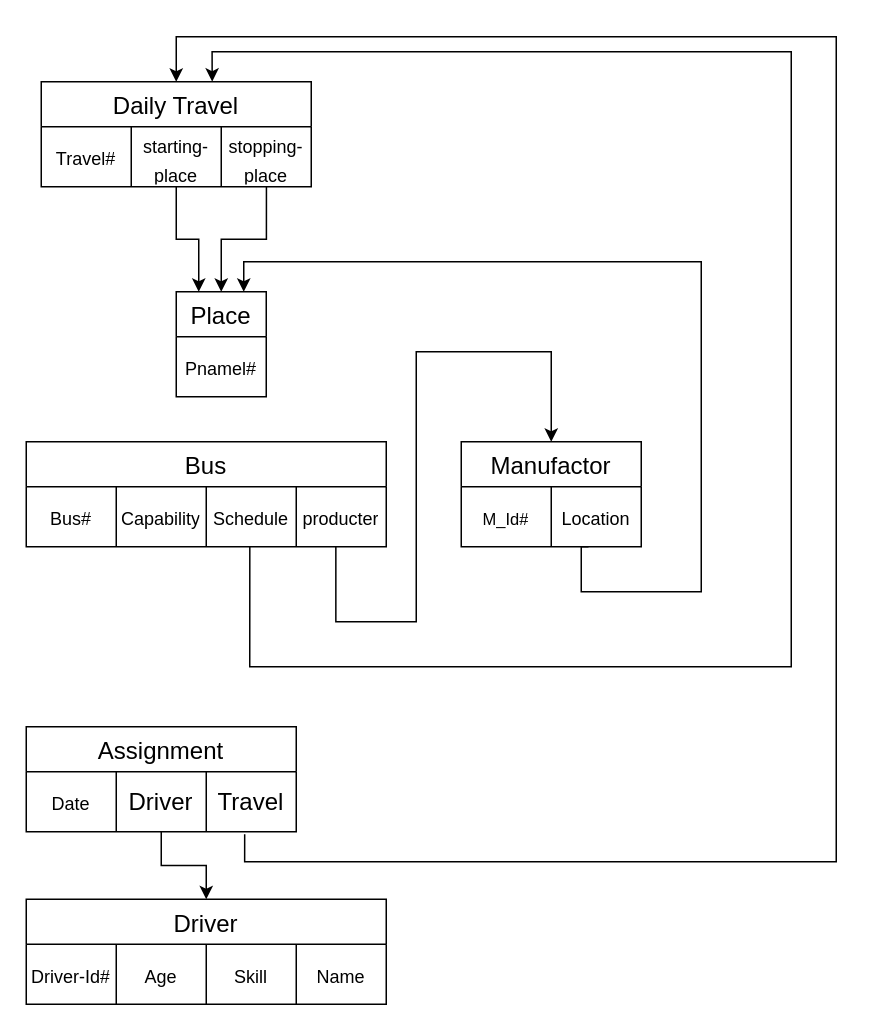
Above: page "QA_2" (2 of 2) of databasemgrCourse/assignment1.drawio in turswiming/drawio_file (draw.io), before the change. Source tidied: cells renumbered, new cells numbered last; positions are measured from the earlier drawing's top-left corner, leaving out a move shared by most shapes. Both pictures are drawn from the tidied source at 150%, with x=0, y=0 at pixel (26, 36).
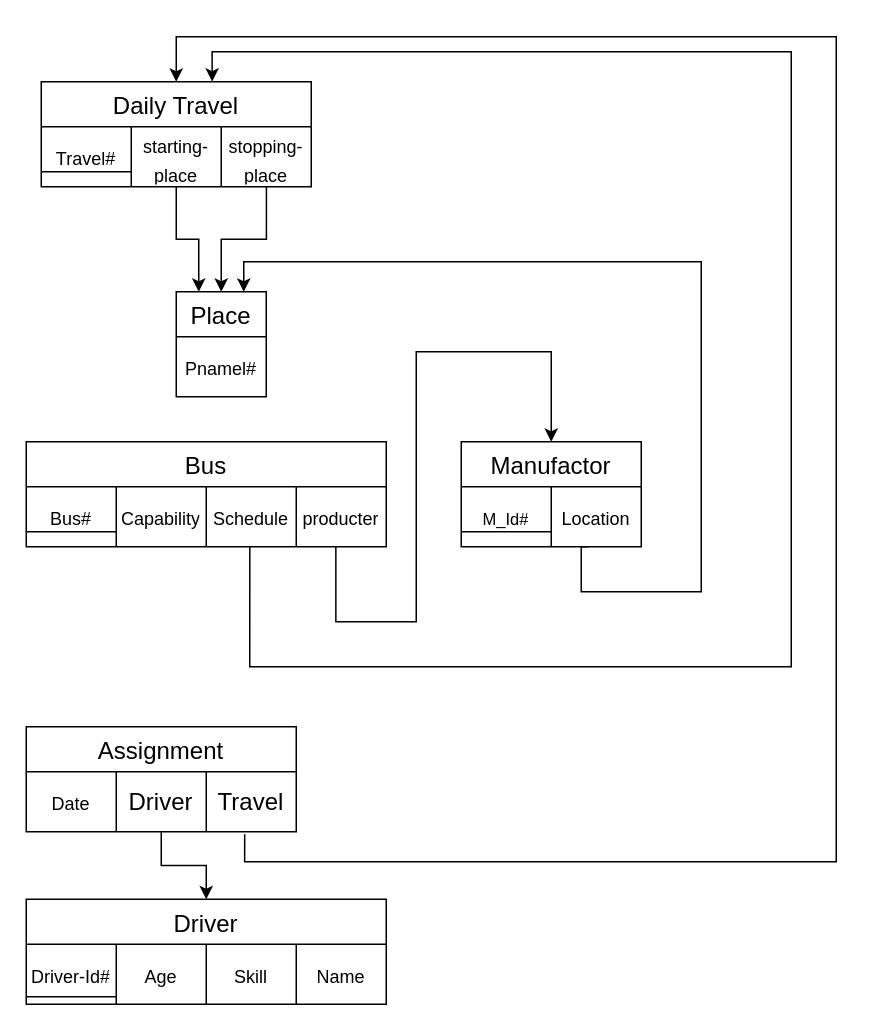
The same diagram, later.

Commit message:
mark primary key

The edit, as a diff of the source:
```diff
@@
+    <mxCell id="38" style="endArrow=none;html=1;rounded=0;" parent="1" edge="1">
+      <mxGeometry relative="1" as="geometry">
+        <mxPoint x="10" y="90" as="sourcePoint" />
+        <mxPoint x="70" y="90" as="targetPoint" />
+      </mxGeometry>
+    </mxCell>
+    <mxCell id="39" style="endArrow=none;html=1;rounded=0;" parent="1" edge="1">
+      <mxGeometry relative="1" as="geometry">
+        <mxPoint y="330" as="sourcePoint" />
+        <mxPoint x="60" y="330" as="targetPoint" />
+      </mxGeometry>
+    </mxCell>
+    <mxCell id="40" style="endArrow=none;html=1;rounded=0;" parent="1" edge="1">
+      <mxGeometry relative="1" as="geometry">
+        <mxPoint x="290" y="330" as="sourcePoint" />
+        <mxPoint x="350" y="330" as="targetPoint" />
+      </mxGeometry>
+    </mxCell>
+    <mxCell id="41" style="endArrow=none;html=1;rounded=0;" parent="1" edge="1">
+      <mxGeometry relative="1" as="geometry">
+        <mxPoint y="640" as="sourcePoint" />
+        <mxPoint x="60" y="640" as="targetPoint" />
+      </mxGeometry>
+    </mxCell>
```
